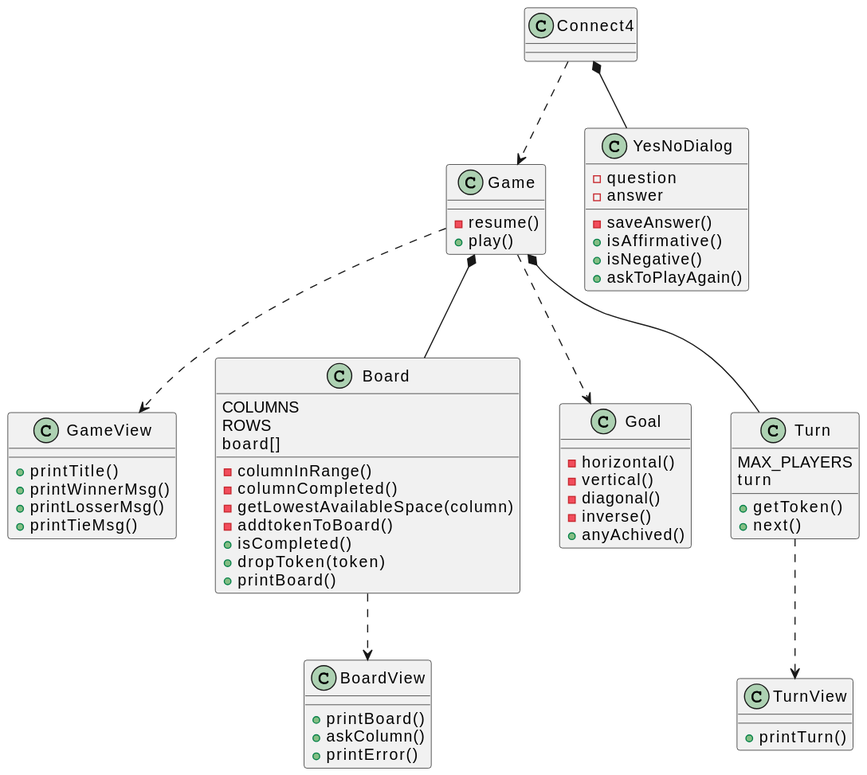
Before: v0 views seperated/docs/3. Class Diagram/classDiagram.svg, a diagram exported from PlantUML (js-rom/GameConecta4).
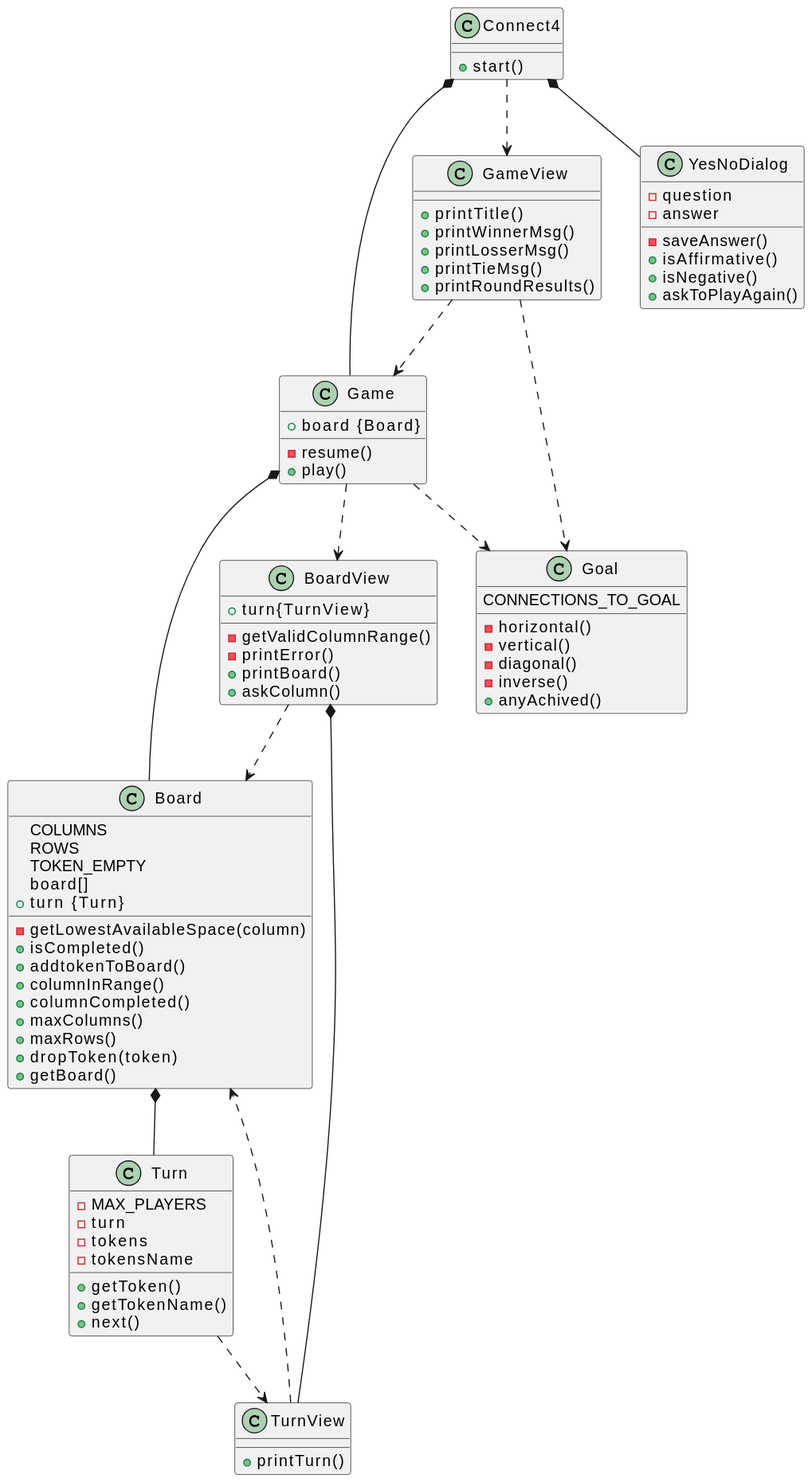
The same file after the commit.

The edit, as a diff of the source:
```diff
@@ -9,14 +9,21 @@
 class Turn
 class TurnView
 
-Connect4 ..> Game
+Connect4 *-- Game
 Connect4 *-- YesNoDialog
-Game ..> GameView
+Connect4 ..> GameView
+GameView ..> Game
+GameView ..> Goal
 Game ..> Goal
-Board ..> BoardView
 Game *-- Board
-Game *-- Turn
+Game ..> BoardView
+Board *-- Turn
+BoardView ..> Board
+BoardView *-- TurnView
 Turn ..> TurnView
+TurnView ..> Board
+
+Connect4 : +start()
 
 YesNoDialog : -question
 YesNoDialog : -answer
@@ -25,12 +32,16 @@
 YesNoDialog : +isNegative()
 YesNoDialog : +askToPlayAgain()
 
+Game : +board {Board}
 Game : -resume()
 Game : +play()
 
-Turn : MAX_PLAYERS
-Turn : turn
+Turn : -MAX_PLAYERS
+Turn : -turn
+Turn : -tokens
+Turn : -tokensName
 Turn : +getToken()
+Turn : +getTokenName()
 Turn : +next()
 
 TurnView : +printTurn()
@@ -39,7 +50,9 @@
 GameView : +printWinnerMsg()
 GameView : +printLosserMsg()
 GameView : +printTieMsg()
+GameView : +printRoundResults()
 
+Goal : CONNECTIONS_TO_GOAL
 Goal : -horizontal()
 Goal : -vertical()
 Goal : -diagonal()
@@ -48,17 +61,22 @@
 
 Board : COLUMNS
 Board : ROWS
+Board : TOKEN_EMPTY
 Board : board[]
-Board : -columnInRange()
-Board : -columnCompleted()
 Board : -getLowestAvailableSpace(column)
-Board : -addtokenToBoard()
 Board : +isCompleted()
+Board : +addtokenToBoard()
+Board : +columnInRange()
+Board : +columnCompleted()
+Board : +maxColumns()
+Board : +maxRows()
 Board : +dropToken(token)
-Board : +printBoard()
+Board : +getBoard()
+Board : +turn {Turn}
 
-
+BoardView : -getValidColumnRange()
+BoardView : -printError()
 BoardView : +printBoard()
 BoardView : +askColumn()
-BoardView : +printError()
+BoardView : +turn{TurnView}
 @enduml
```
